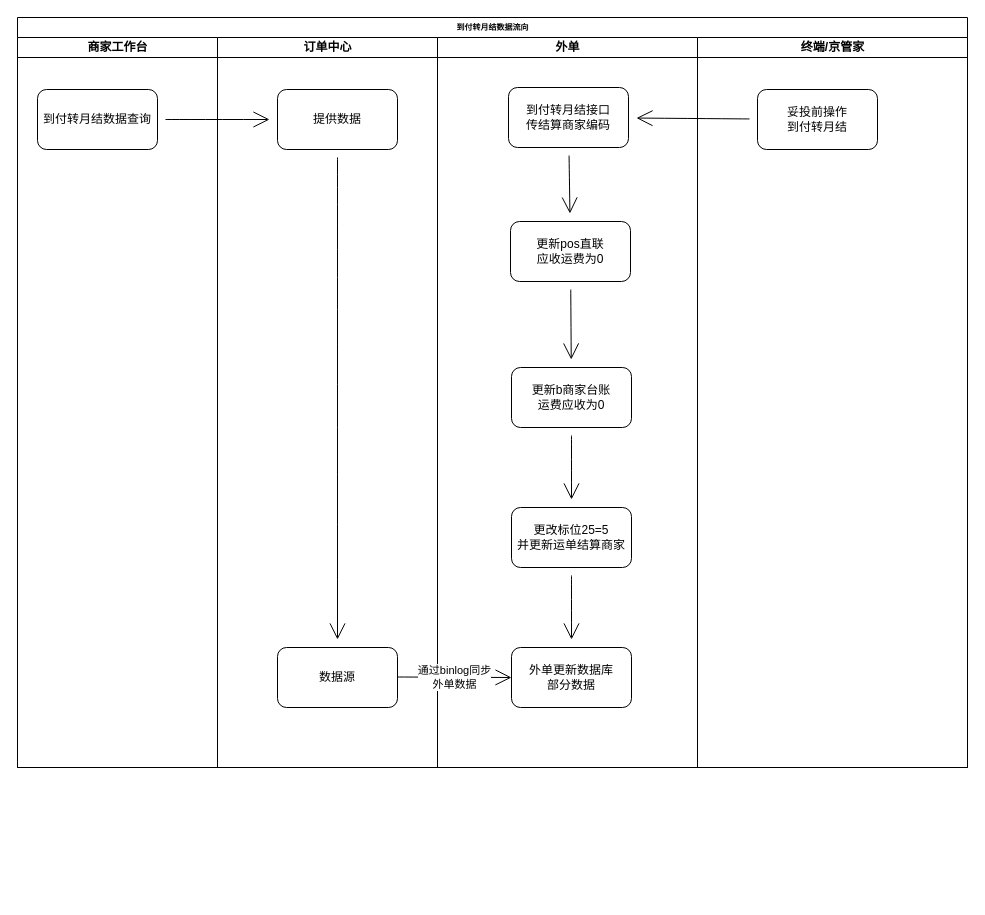
Earlier version of the draw.io diagram 未命名绘图.drawio (kettyLi/flow-pic). Source tidied: cells renumbered, new cells numbered last; positions are measured from the earlier drawing's top-left corner, leaving out a move shared by most shapes. Both pictures are drawn from the tidied source at 100%, with x=0, y=0 at pixel (17, 17).
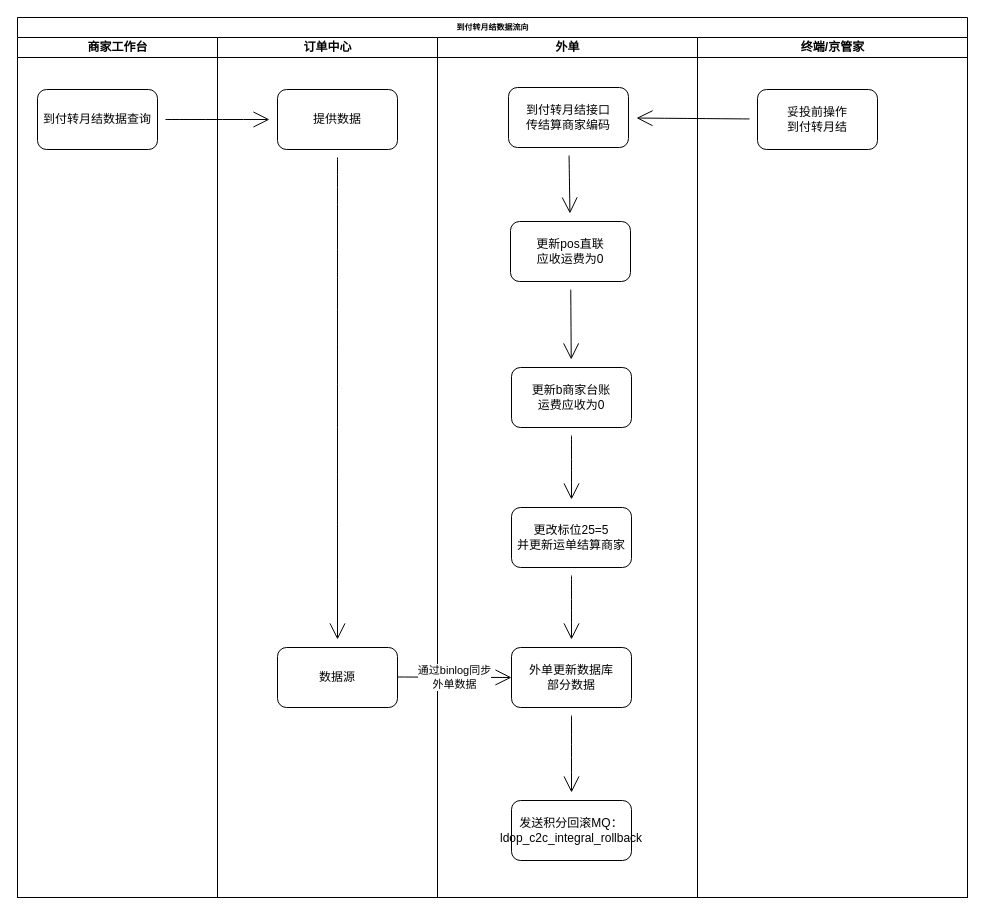
The same diagram, later.

Commit message:
更新未命名绘图.drawio

Unchanged cells that the change refers to:
```xml
<mxCell id="13" value="外单更新数据库&lt;br&gt;部分数据" style="rounded=1;whiteSpace=wrap;html=1;hachureGap=4;" parent="9" vertex="1">
  <mxGeometry x="74" y="610" width="120" height="60" as="geometry" />
</mxCell>
```

What changed in the source:
```diff
@@
-<mxGraphModel>
+<mxGraphModel background="#FFFFFF">
@@
     <mxCell id="2" value="到付转月结数据流向" style="swimlane;html=1;startSize=20;rounded=0;shadow=0;labelBackgroundColor=none;strokeWidth=1;fontFamily=Verdana;fontSize=8;align=center;" parent="1" vertex="1">
-      <mxGeometry width="950" height="750" as="geometry" />
+      <mxGeometry width="950" height="880" as="geometry" />
     </mxCell>
     <mxCell id="3" value="商家工作台" style="swimlane;html=1;startSize=20;" parent="2" vertex="1">
-      <mxGeometry y="20" width="200" height="730" as="geometry" />
+      <mxGeometry y="20" width="200" height="860" as="geometry" />
     </mxCell>
@@
     <mxCell id="5" value="订单中心" style="swimlane;html=1;startSize=20;" parent="2" vertex="1">
-      <mxGeometry x="200" y="20" width="220" height="730" as="geometry" />
+      <mxGeometry x="200" y="20" width="220" height="860" as="geometry" />
     </mxCell>
@@
     <mxCell id="9" value="外单" style="swimlane;html=1;startSize=20;" parent="2" vertex="1">
-      <mxGeometry x="420" y="20" width="260" height="730" as="geometry" />
+      <mxGeometry x="420" y="20" width="260" height="860" as="geometry" />
     </mxCell>
@@
     <mxCell id="16" value="终端/京管家" style="swimlane;html=1;startSize=20;" parent="2" vertex="1">
-      <mxGeometry x="680" y="20" width="270" height="730" as="geometry" />
+      <mxGeometry x="680" y="20" width="270" height="860" as="geometry" />
     </mxCell>
@@
+    <mxCell id="24" value="发送积分回滚MQ：ldop_c2c_integral_rollback" style="rounded=1;whiteSpace=wrap;html=1;hachureGap=4;" parent="1" vertex="1">
+      <mxGeometry x="494" y="783" width="120" height="60" as="geometry" />
+    </mxCell>
+    <mxCell id="25" style="edgeStyle=none;curved=1;rounded=0;jettySize=auto;html=1;endArrow=open;startSize=14;endSize=14;sourcePerimeterSpacing=8;targetPerimeterSpacing=8;" parent="1" edge="1" source="13" target="24">
+      <mxGeometry relative="1" as="geometry" />
+    </mxCell>
```
